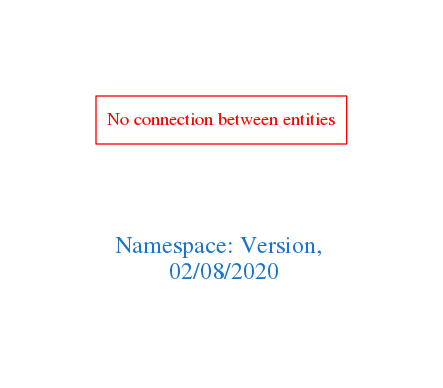
Above: downloads/Version.png in arago/OGIT (Graphviz), before the change. Its source is kept beside it as downloads/Version.dot.
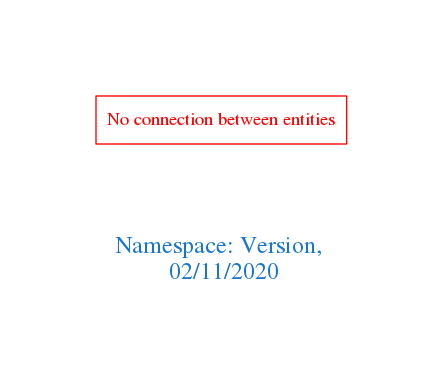
After the change.

What changed in the source:
```diff
@@ -1,7 +1,7 @@
 digraph OGIT_ontology {
  graph [ rankdir= LR,pad=1
 fontsize = 18,
-fontcolor= dodgerblue3,label = "\n\n\nNamespace: Version, \n 02/08/2020"];
+fontcolor= dodgerblue3,label = "\n\n\nNamespace: Version, \n 02/11/2020"];
 node[shape=polygon];
 edge [  color="gray81"];
 
```
